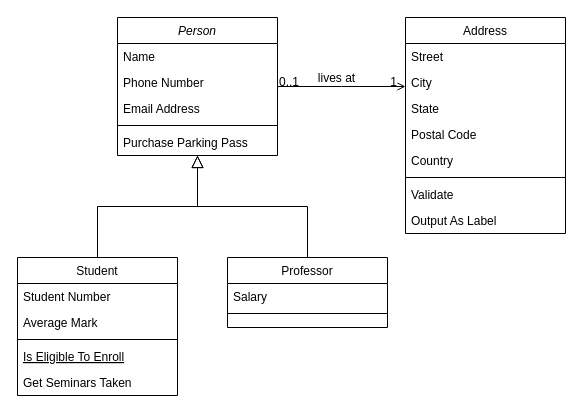
Before: Diagrama sem nome.drawio in pmarangon/Projeto-Conceitual-de-Banco-de-Dados-E-COMMERCE, a draw.io diagram. Source tidied: cells renumbered, new cells numbered last; positions are measured from the earlier drawing's top-left corner, leaving out a move shared by most shapes. Both pictures are drawn from the tidied source at 100%, with x=0, y=0 at pixel (17, 17).
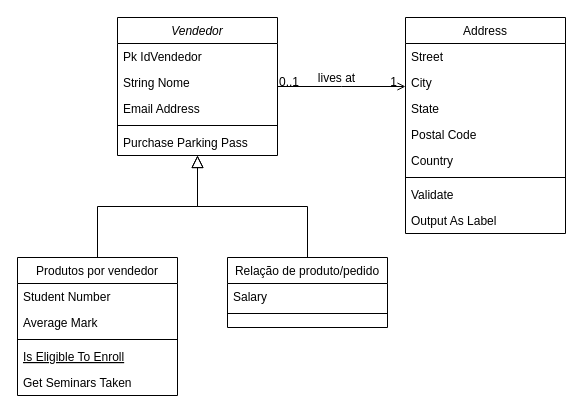
The same page after the edit.

Change to the diagram source:
```diff
@@
-    <mxCell id="2" value="Person" style="swimlane;fontStyle=2;align=center;verticalAlign=top;horizontal=1;startSize=26;rounded=0;shadow=0;strokeWidth=1;" parent="1" vertex="1">
+    <mxCell id="2" value="Vendedor" style="swimlane;fontStyle=2;align=center;verticalAlign=top;horizontal=1;startSize=26;rounded=0;shadow=0;strokeWidth=1;" parent="1" vertex="1">
       <mxGeometry x="100" width="160" height="138" as="geometry" />
     </mxCell>
-    <mxCell id="3" value="Name" style="text;align=left;verticalAlign=top;spacingLeft=4;spacingRight=4;overflow=hidden;" parent="2" vertex="1">
+    <mxCell id="3" value="Pk IdVendedor" style="text;align=left;verticalAlign=top;spacingLeft=4;spacingRight=4;overflow=hidden;" parent="2" vertex="1">
       <mxGeometry y="26" width="160" height="26" as="geometry" />
     </mxCell>
-    <mxCell id="4" value="Phone Number" style="text;align=left;verticalAlign=top;spacingLeft=4;spacingRight=4;overflow=hidden;rounded=0;shadow=0;html=0;" parent="2" vertex="1">
+    <mxCell id="4" value="String Nome" style="text;align=left;verticalAlign=top;spacingLeft=4;spacingRight=4;overflow=hidden;rounded=0;shadow=0;html=0;" parent="2" vertex="1">
       <mxGeometry y="52" width="160" height="26" as="geometry" />
     </mxCell>
@@
-    <mxCell id="8" value="Student" style="swimlane;fontStyle=0;align=center;verticalAlign=top;horizontal=1;startSize=26;rounded=0;shadow=0;strokeWidth=1;" parent="1" vertex="1">
+    <mxCell id="8" value="Produtos por vendedor" style="swimlane;fontStyle=0;align=center;verticalAlign=top;horizontal=1;startSize=26;rounded=0;shadow=0;strokeWidth=1;" parent="1" vertex="1">
       <mxGeometry y="240" width="160" height="138" as="geometry" />
     </mxCell>
@@
-    <mxCell id="15" value="Professor" style="swimlane;fontStyle=0;align=center;verticalAlign=top;horizontal=1;startSize=26;rounded=0;shadow=0;strokeWidth=1;" parent="1" vertex="1">
+    <mxCell id="15" value="Relação de produto/pedido&#10;" style="swimlane;fontStyle=0;align=center;verticalAlign=top;horizontal=1;startSize=26;rounded=0;shadow=0;strokeWidth=1;" parent="1" vertex="1">
       <mxGeometry x="210" y="240" width="160" height="70" as="geometry" />
     </mxCell>
```
